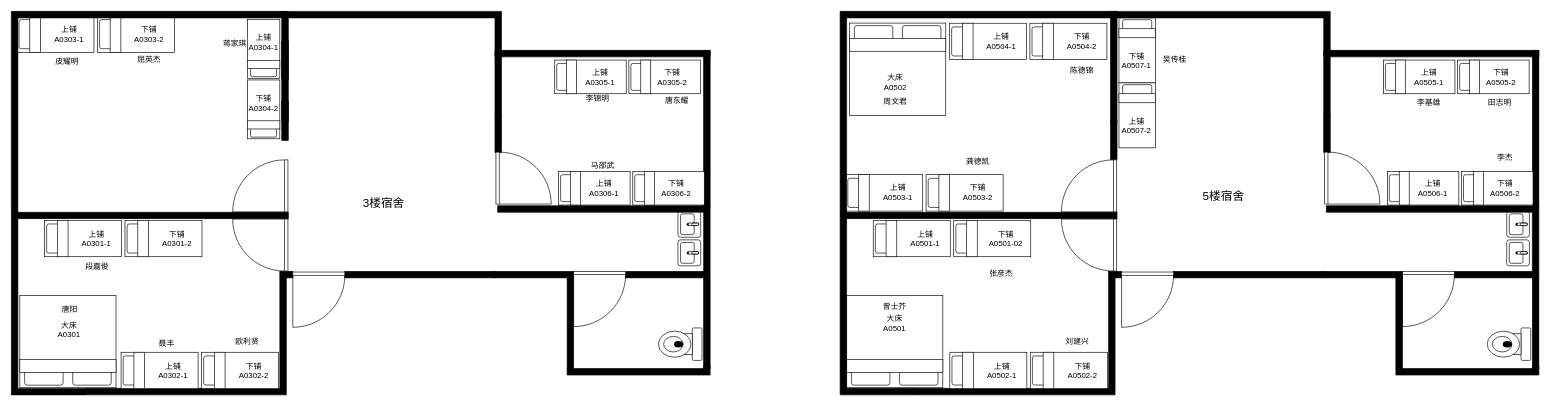
This is data/宿舍 的副本.drawio from chenyanxi/hosts, a draw.io file, before an edit. Source tidied: cells renumbered, new cells numbered last; positions are measured from the earlier drawing's top-left corner, leaving out a move shared by most shapes. Both pictures are drawn from the tidied source at 65%, with x=0, y=0 at pixel (11, -5).
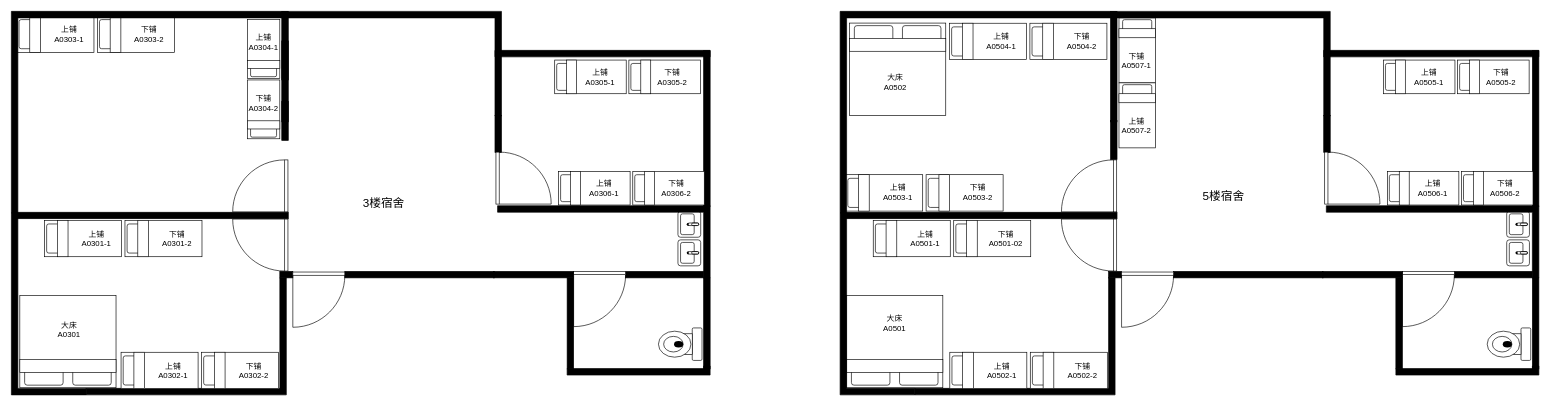
The same page after the edit.

Commit message:
更新宿舍 的副本.drawio

Diff of the diagram source:
```diff
@@
-    <mxCell id="115" value="李杰" style="text;html=1;align=center;verticalAlign=middle;whiteSpace=wrap;rounded=0;" parent="1" vertex="1">
-      <mxGeometry x="2268" y="234" width="60" height="30" as="geometry" />
-    </mxCell>
-    <mxCell id="116" value="田志明" style="text;html=1;align=center;verticalAlign=middle;whiteSpace=wrap;rounded=0;" parent="1" vertex="1">
-      <mxGeometry x="2260.1" y="150.2" width="60" height="30" as="geometry" />
-    </mxCell>
-    <mxCell id="117" value="李基雄" style="text;html=1;align=center;verticalAlign=middle;whiteSpace=wrap;rounded=0;" parent="1" vertex="1">
-      <mxGeometry x="2151" y="150.2" width="60" height="30" as="geometry" />
-    </mxCell>
-    <mxCell id="118" value="张彦杰" style="text;html=1;align=center;verticalAlign=middle;whiteSpace=wrap;rounded=0;" parent="1" vertex="1">
-      <mxGeometry x="1493.2" y="413" width="60" height="30" as="geometry" />
-    </mxCell>
-    <mxCell id="119" value="曾士芥" style="text;html=1;align=center;verticalAlign=middle;whiteSpace=wrap;rounded=0;" parent="1" vertex="1">
-      <mxGeometry x="1329" y="464" width="60" height="30" as="geometry" />
-    </mxCell>
-    <mxCell id="120" value="龚德凯" style="text;html=1;align=center;verticalAlign=middle;whiteSpace=wrap;rounded=0;" parent="1" vertex="1">
-      <mxGeometry x="1457.2" y="241" width="60" height="30" as="geometry" />
-    </mxCell>
-    <mxCell id="121" value="吴传桂" style="text;html=1;align=center;verticalAlign=middle;whiteSpace=wrap;rounded=0;" parent="1" vertex="1">
-      <mxGeometry x="1760" y="84" width="60" height="30" as="geometry" />
-    </mxCell>
-    <mxCell id="122" value="陈德锦" style="text;html=1;align=center;verticalAlign=middle;whiteSpace=wrap;rounded=0;" parent="1" vertex="1">
-      <mxGeometry x="1617" y="99.5" width="60" height="30" as="geometry" />
-    </mxCell>
-    <mxCell id="123" value="周文君" style="text;html=1;align=center;verticalAlign=middle;whiteSpace=wrap;rounded=0;" parent="1" vertex="1">
-      <mxGeometry x="1315" y="148.2" width="90" height="30" as="geometry" />
-    </mxCell>
-    <mxCell id="124" value="刘建兴" style="text;html=1;align=center;verticalAlign=middle;whiteSpace=wrap;rounded=0;" parent="1" vertex="1">
-      <mxGeometry x="1610" y="517" width="60" height="30" as="geometry" />
-    </mxCell>
-    <mxCell id="125" value="段嘉俊" style="text;whiteSpace=wrap;" parent="1" vertex="1">
-      <mxGeometry x="112.2" y="403" width="70" height="40" as="geometry" />
-    </mxCell>
-    <mxCell id="126" value="聂丰" style="text;whiteSpace=wrap;" parent="1" vertex="1">
-      <mxGeometry x="224.8" y="521.5" width="60" height="40" as="geometry" />
-    </mxCell>
-    <mxCell id="127" value="唐阳" style="text;whiteSpace=wrap;" parent="1" vertex="1">
-      <mxGeometry x="76.2" y="469" width="60" height="40" as="geometry" />
-    </mxCell>
-    <mxCell id="128" value="皮耀明" style="text;whiteSpace=wrap;" parent="1" vertex="1">
-      <mxGeometry x="66.2" y="87.2" width="70" height="40" as="geometry" />
-    </mxCell>
-    <mxCell id="129" value="屈英杰" style="text;whiteSpace=wrap;" parent="1" vertex="1">
-      <mxGeometry x="192" y="85.2" width="70" height="40" as="geometry" />
-    </mxCell>
-    <mxCell id="130" value="蒋家琪" style="text;whiteSpace=wrap;" parent="1" vertex="1">
-      <mxGeometry x="323.8" y="59.5" width="70" height="40" as="geometry" />
-    </mxCell>
-    <mxCell id="131" value="李锦明" style="text;whiteSpace=wrap;" parent="1" vertex="1">
-      <mxGeometry x="882" y="145.2" width="70" height="40" as="geometry" />
-    </mxCell>
-    <mxCell id="132" value="唐东耀" style="text;whiteSpace=wrap;" parent="1" vertex="1">
-      <mxGeometry x="1004" y="148.2" width="70" height="40" as="geometry" />
-    </mxCell>
-    <mxCell id="133" value="马邵武" style="text;whiteSpace=wrap;" parent="1" vertex="1">
-      <mxGeometry x="890" y="248.2" width="70" height="40" as="geometry" />
-    </mxCell>
-    <mxCell id="134" value="欧利贤" style="text;whiteSpace=wrap;" parent="1" vertex="1">
-      <mxGeometry x="342.5" y="519" width="60" height="40" as="geometry" />
-    </mxCell>
```
